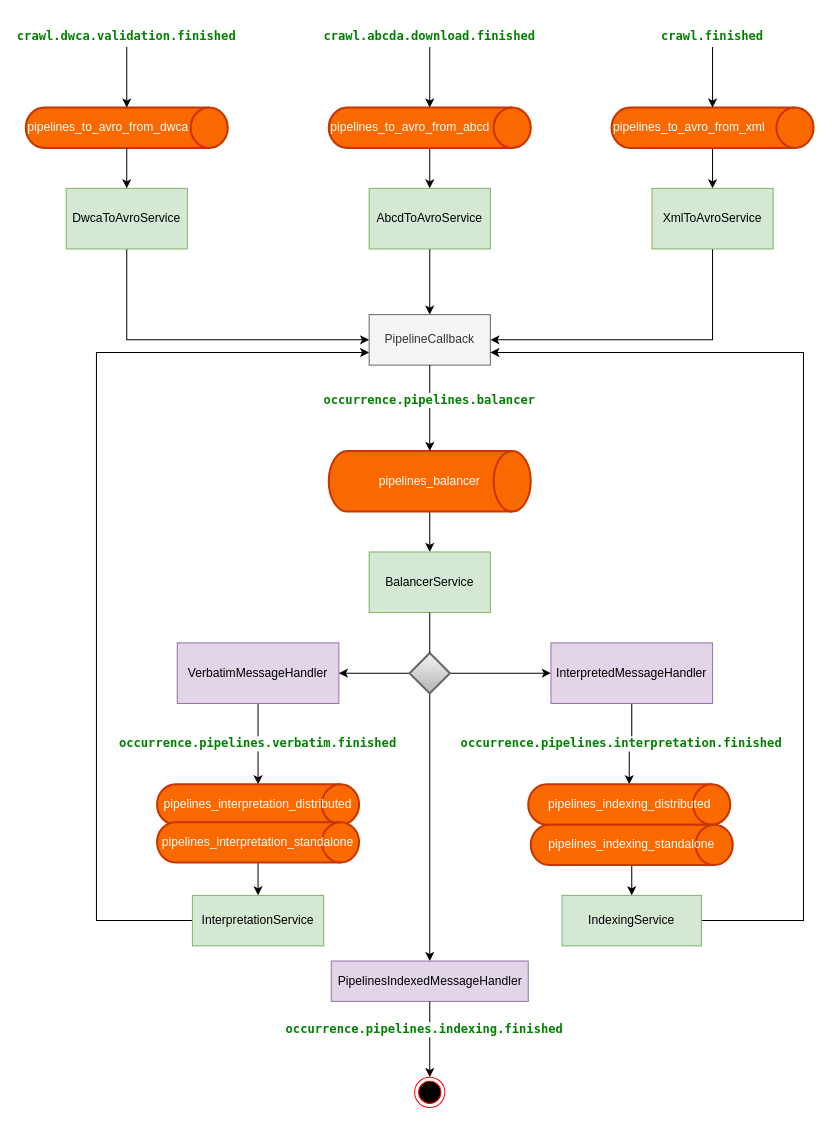
The draw.io diagram crawler-cli/docs/pipelines-crawler.drawio in gbif/crawler, before the edit. Source tidied: cells renumbered, new cells numbered last; positions are measured from the earlier drawing's top-left corner, leaving out a move shared by most shapes. Both pictures are drawn from the tidied source at 101%, with x=0, y=0 at pixel (25, 26).
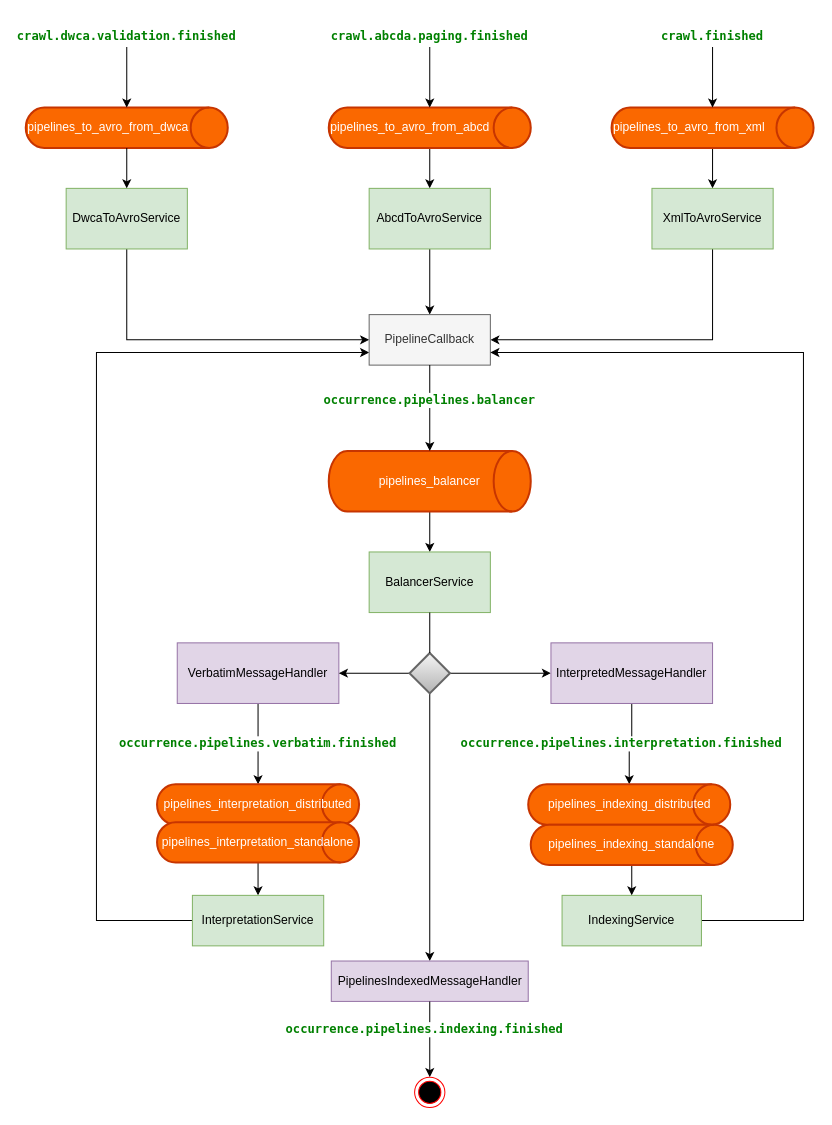
The same diagram, later.

Commit message (it also covers changes not shown here):
pipelines diagram updated

Diff of the diagram source:
```diff
@@
-    <mxCell id="30" value="&lt;pre style=&quot;background-color: rgb(255 , 255 , 255) ; font-family: &amp;#34;menlo&amp;#34;&quot;&gt;&lt;span style=&quot;color: #008000 ; font-weight: bold&quot;&gt;crawl.abcda.download.finished&lt;/span&gt;&lt;/pre&gt;" style="text;html=1;strokeColor=none;fillColor=none;align=center;verticalAlign=middle;whiteSpace=wrap;rounded=0;" parent="1" vertex="1">
+    <mxCell id="30" value="&lt;pre style=&quot;background-color: rgb(255 , 255 , 255) ; font-family: &amp;#34;menlo&amp;#34;&quot;&gt;&lt;span style=&quot;color: #008000 ; font-weight: bold&quot;&gt;crawl.abcda.paging.finished&lt;/span&gt;&lt;/pre&gt;" style="text;html=1;strokeColor=none;fillColor=none;align=center;verticalAlign=middle;whiteSpace=wrap;rounded=0;" parent="1" vertex="1">
       <mxGeometry x="380" width="40" height="20" as="geometry" />
     </mxCell>
```
